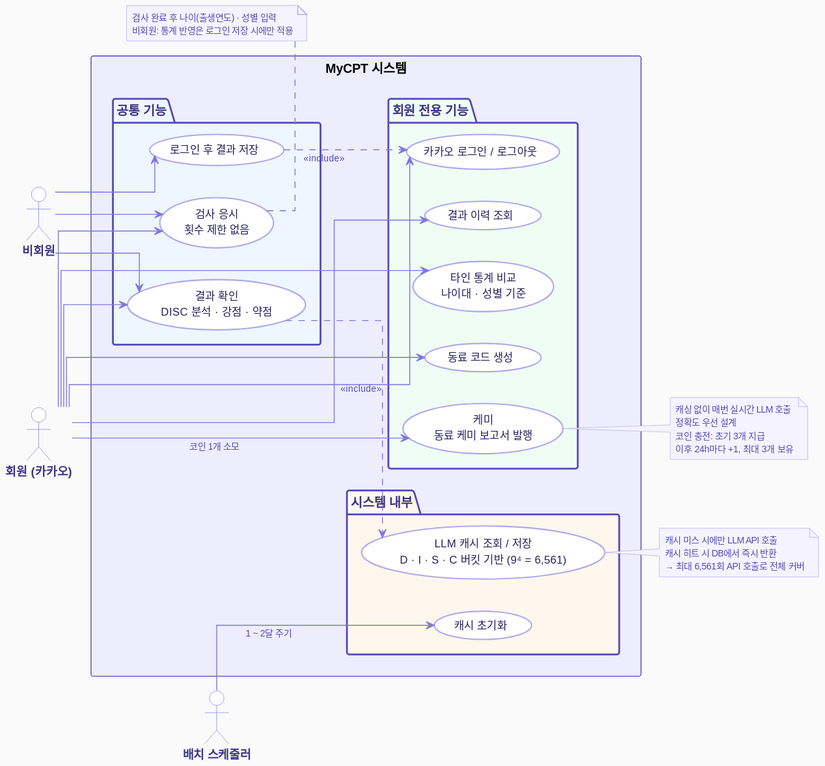
This is docs/images/MyCPT_UseCase.svg from Yush1nk1m/MyCPT, a PlantUML export, as it was before one commit.
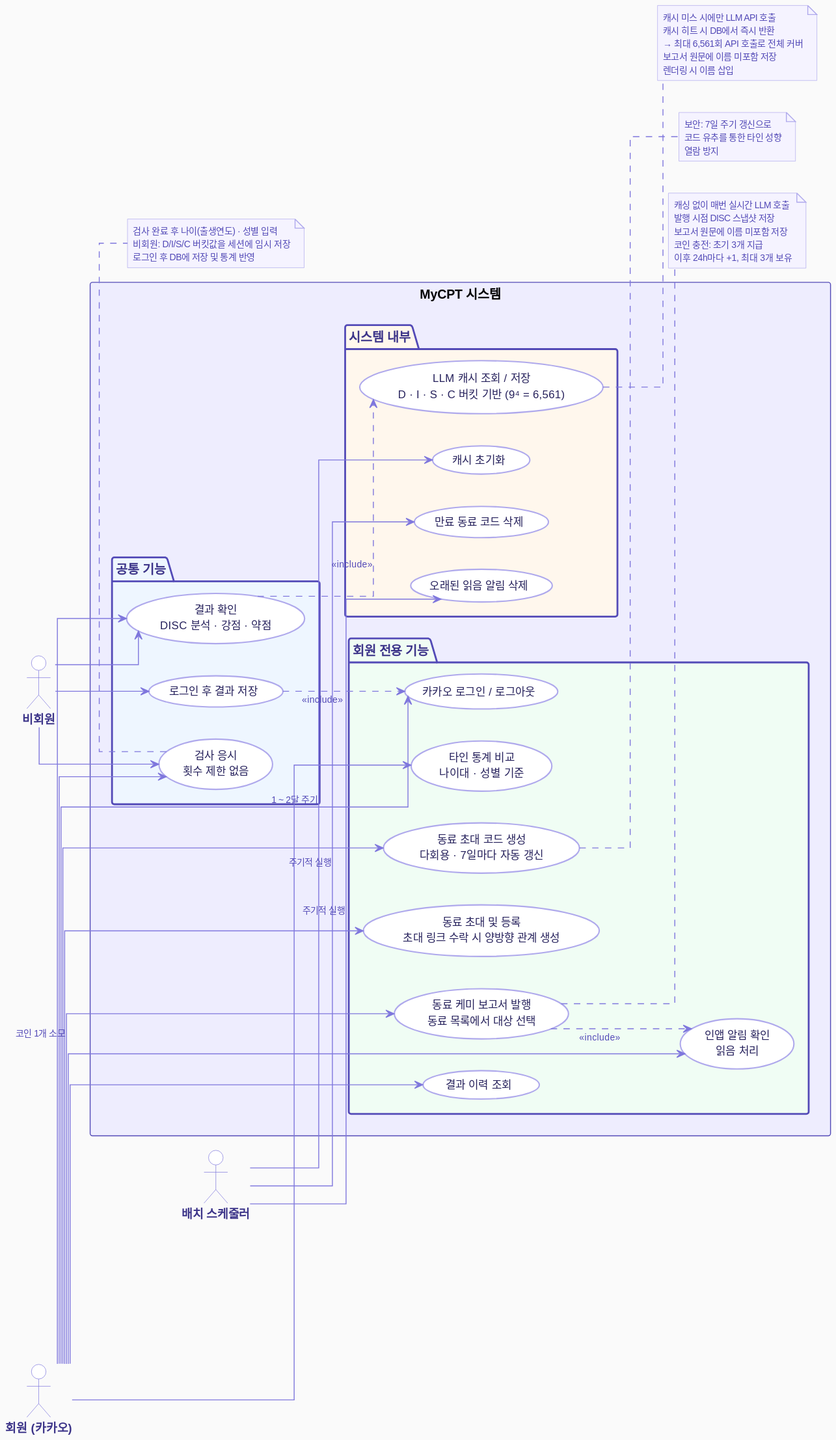
The same diagram one commit later.

The edit, as a diff of the source:
```diff
@@ -55,19 +55,19 @@
     usecase "카카오 로그인 / 로그아웃" as UC_Login
     usecase "결과 이력 조회" as UC_History
     usecase "타인 통계 비교\n나이대 · 성별 기준" as UC_Stats
-    usecase "동료 코드 생성" as UC_Code
-    usecase "케미\n동료 케미 보고서 발행" as UC_Compat
+    usecase "동료 초대 코드 생성\n다회용 · 7일마다 자동 갱신" as UC_Code
+    usecase "동료 초대 및 등록\n초대 링크 수락 시 양방향 관계 생성" as UC_ColleagueRegister
+    usecase "동료 케미 보고서 발행\n동료 목록에서 대상 선택" as UC_Compat
+    usecase "인앱 알림 확인\n읽음 처리" as UC_Notify
   }
 
   package "시스템 내부" #FFF7ED {
     usecase "LLM 캐시 조회 / 저장\nD · I · S · C 버킷 기반 (9⁴ = 6,561)" as UC_Cache
     usecase "캐시 초기화" as UC_Clear
+    usecase "만료 동료 코드 삭제" as UC_PeerCodeClean
+    usecase "오래된 읽음 알림 삭제" as UC_NotifyClean
   }
 }
-
-Guest  --> UC_Test
-Guest  --> UC_Result
-Guest  --> UC_Save
 
 Member --> UC_Test
 Member --> UC_Result
@@ -75,28 +75,47 @@
 Member --> UC_History
 Member --> UC_Stats
 Member --> UC_Code
-Member --> UC_Compat  : 코인 1개 소모
+Member --> UC_ColleagueRegister
+Member --> UC_Compat      : 코인 1개 소모
+Member --> UC_Notify
 
-Batch  --> UC_Clear   : 1 ~ 2달 주기
+Guest  --> UC_Test
+Guest  --> UC_Result
+Guest  --> UC_Save
+
+Batch  --> UC_Clear        : 1 ~ 2달 주기
+Batch  --> UC_PeerCodeClean : 주기적 실행
+Batch  --> UC_NotifyClean   : 주기적 실행
 
 UC_Result ..> UC_Cache : <<include>>
 UC_Save   ..> UC_Login : <<include>>
+UC_Compat ..> UC_Notify : <<include>>
 
 note right of UC_Cache
   캐시 미스 시에만 LLM API 호출
   캐시 히트 시 DB에서 즉시 반환
   → 최대 6,561회 API 호출로 전체 커버
+  보고서 원문에 이름 미포함 저장
+  렌더링 시 이름 삽입
 end note
 
 note right of UC_Compat
   캐싱 없이 매번 실시간 LLM 호출
-  정확도 우선 설계
+  발행 시점 DISC 스냅샷 저장
+  보고서 원문에 이름 미포함 저장
   코인 충전: 초기 3개 지급
   이후 24h마다 +1, 최대 3개 보유
 end note
 
+note right of UC_Code
+  보안: 7일 주기 갱신으로
+  코드 유추를 통한 타인 성향
+  열람 방지
+end note
+
 note bottom of UC_Test
   검사 완료 후 나이(출생연도) · 성별 입력
-  비회원: 통계 반영은 로그인 저장 시에만 적용
+  비회원: D/I/S/C 버킷값을 세션에 임시 저장
+  로그인 후 DB에 저장 및 통계 반영
 end note
 @enduml
```
